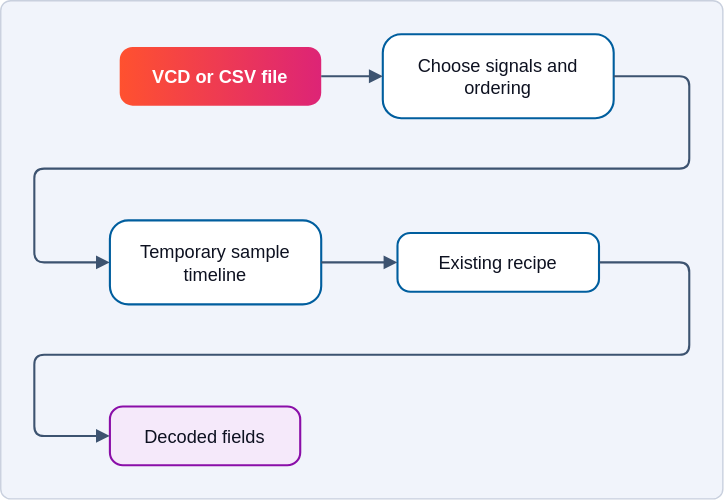
bleviet/ipcraft-vscode keeps this draw.io diagram as docs/images/diagrams/concepts-data-inspector-2.drawio.svg. Above is the earlier version. Source tidied: cells renumbered, new cells last; positions are measured from the earlier drawing's top-left corner, leaving out a move shared by most shapes. Source of this version:
```xml
<mxGraphModel>
  <root>
    <mxCell id="0" />
    <mxCell id="1" value="Background" parent="0" />
    <mxCell id="2" style="rounded=1;arcSize=2;absoluteArcSize=0;fillColor=#f1f4fb;strokeColor=#c9d0de;" parent="1" vertex="1">
      <mxGeometry width="516" height="356" as="geometry" />
    </mxCell>
    <mxCell id="3" value="Diagram" parent="0" />
    <mxCell id="4" value="VCD or CSV file" style="fontFamily=Manrope, Helvetica, Arial, sans-serif;fontSize=13;fontColor=#0d1120;strokeWidth=1.5;rounded=1;arcSize=22;fillColor=#ff512f;gradientColor=#dd2476;gradientDirection=east;strokeColor=none;fontColor=#ffffff;fontStyle=1;" parent="3" vertex="1">
      <mxGeometry x="85" y="33" width="144" height="42" as="geometry" />
    </mxCell>
    <mxCell id="5" value="Choose signals and&#10;ordering" style="fontFamily=Manrope, Helvetica, Arial, sans-serif;fontSize=13;fontColor=#0d1120;strokeWidth=1.5;rounded=1;arcSize=22;fillColor=#ffffff;strokeColor=#005e9e;" parent="3" vertex="1">
      <mxGeometry x="273" y="24" width="165" height="60" as="geometry" />
    </mxCell>
    <mxCell id="6" value="Temporary sample&#10;timeline" style="fontFamily=Manrope, Helvetica, Arial, sans-serif;fontSize=13;fontColor=#0d1120;strokeWidth=1.5;rounded=1;arcSize=22;fillColor=#ffffff;strokeColor=#005e9e;" parent="3" vertex="1">
      <mxGeometry x="78" y="157" width="151" height="60" as="geometry" />
    </mxCell>
    <mxCell id="7" value="Existing recipe" style="fontFamily=Manrope, Helvetica, Arial, sans-serif;fontSize=13;fontColor=#0d1120;strokeWidth=1.5;rounded=1;arcSize=22;fillColor=#ffffff;strokeColor=#005e9e;" parent="3" vertex="1">
      <mxGeometry x="283.5" y="166" width="144" height="42" as="geometry" />
    </mxCell>
    <mxCell id="8" value="Decoded fields" style="fontFamily=Manrope, Helvetica, Arial, sans-serif;fontSize=13;fontColor=#0d1120;strokeWidth=1.5;rounded=1;arcSize=22;fillColor=#f5e9fa;strokeColor=#8a0ea8;" parent="3" vertex="1">
      <mxGeometry x="78" y="290" width="136" height="42" as="geometry" />
    </mxCell>
    <mxCell id="9" style="edgeStyle=orthogonalEdgeStyle;rounded=1;arcSize=14;strokeColor=#3d5370;strokeWidth=1.5;endArrow=block;endFill=1;endSize=6;fontFamily=Manrope, Helvetica, Arial, sans-serif;fontSize=11;fontColor=#3d5370;labelBackgroundColor=#f1f4fb;exitX=1;exitY=0.5;exitDx=0;exitDy=0;entryX=0;entryY=0.5;entryDx=0;entryDy=0;" parent="3" edge="1" source="4" target="5">
      <mxGeometry relative="1" as="geometry" />
    </mxCell>
    <mxCell id="10" style="edgeStyle=orthogonalEdgeStyle;rounded=1;arcSize=14;strokeColor=#3d5370;strokeWidth=1.5;endArrow=block;endFill=1;endSize=6;fontFamily=Manrope, Helvetica, Arial, sans-serif;fontSize=11;fontColor=#3d5370;labelBackgroundColor=#f1f4fb;exitX=1;exitY=0.5;exitDx=0;exitDy=0;entryX=0;entryY=0.5;entryDx=0;entryDy=0;" parent="3" edge="1" source="5" target="6">
      <mxGeometry relative="1" as="geometry">
        <Array as="points">
          <mxPoint x="492" y="54" />
          <mxPoint x="492" y="120" />
          <mxPoint x="24" y="120" />
          <mxPoint x="24" y="187" />
        </Array>
      </mxGeometry>
    </mxCell>
    <mxCell id="11" style="edgeStyle=orthogonalEdgeStyle;rounded=1;arcSize=14;strokeColor=#3d5370;strokeWidth=1.5;endArrow=block;endFill=1;endSize=6;fontFamily=Manrope, Helvetica, Arial, sans-serif;fontSize=11;fontColor=#3d5370;labelBackgroundColor=#f1f4fb;exitX=1;exitY=0.5;exitDx=0;exitDy=0;entryX=0;entryY=0.5;entryDx=0;entryDy=0;" parent="3" edge="1" source="6" target="7">
      <mxGeometry relative="1" as="geometry" />
    </mxCell>
    <mxCell id="12" style="edgeStyle=orthogonalEdgeStyle;rounded=1;arcSize=14;strokeColor=#3d5370;strokeWidth=1.5;endArrow=block;endFill=1;endSize=6;fontFamily=Manrope, Helvetica, Arial, sans-serif;fontSize=11;fontColor=#3d5370;labelBackgroundColor=#f1f4fb;exitX=1;exitY=0.5;exitDx=0;exitDy=0;entryX=0;entryY=0.5;entryDx=0;entryDy=0;" parent="3" edge="1" source="7" target="8">
      <mxGeometry relative="1" as="geometry">
        <Array as="points">
          <mxPoint x="492" y="187" />
          <mxPoint x="492" y="253" />
          <mxPoint x="24" y="253" />
          <mxPoint x="24" y="311" />
        </Array>
      </mxGeometry>
    </mxCell>
  </root>
</mxGraphModel>
```
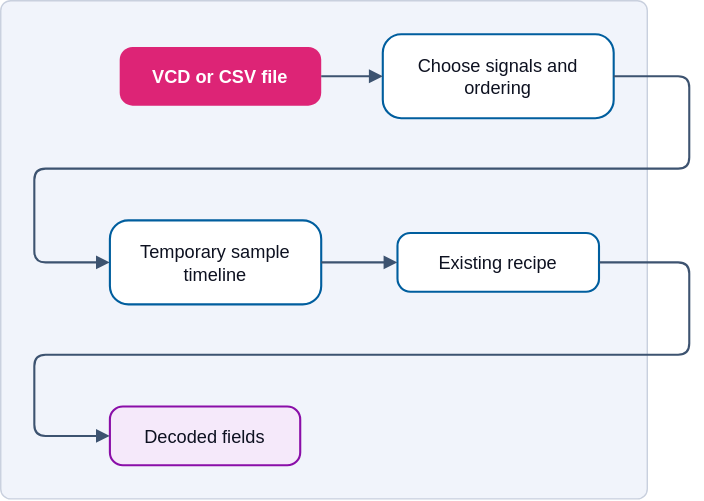
The same file after the commit.

What changed in the source:
```diff
@@ -3,10 +3,10 @@
     <mxCell id="0" />
     <mxCell id="1" value="Background" parent="0" />
     <mxCell id="2" style="rounded=1;arcSize=2;absoluteArcSize=0;fillColor=#f1f4fb;strokeColor=#c9d0de;" parent="1" vertex="1">
-      <mxGeometry width="516" height="356" as="geometry" />
+      <mxGeometry width="462" height="356" as="geometry" />
     </mxCell>
     <mxCell id="3" value="Diagram" parent="0" />
-    <mxCell id="4" value="VCD or CSV file" style="fontFamily=Manrope, Helvetica, Arial, sans-serif;fontSize=13;fontColor=#0d1120;strokeWidth=1.5;rounded=1;arcSize=22;fillColor=#ff512f;gradientColor=#dd2476;gradientDirection=east;strokeColor=none;fontColor=#ffffff;fontStyle=1;" parent="3" vertex="1">
+    <mxCell id="4" value="VCD or CSV file" style="fontFamily=Manrope, Helvetica, Arial, sans-serif;fontSize=13;fontColor=#0d1120;strokeWidth=1.5;rounded=1;arcSize=22;fillColor=#dd2476;strokeColor=none;fontColor=#ffffff;fontStyle=1;" parent="3" vertex="1">
       <mxGeometry x="85" y="33" width="144" height="42" as="geometry" />
     </mxCell>
     <mxCell id="5" value="Choose signals and&#10;ordering" style="fontFamily=Manrope, Helvetica, Arial, sans-serif;fontSize=13;fontColor=#0d1120;strokeWidth=1.5;rounded=1;arcSize=22;fillColor=#ffffff;strokeColor=#005e9e;" parent="3" vertex="1">
@@ -21,10 +21,10 @@
     <mxCell id="8" value="Decoded fields" style="fontFamily=Manrope, Helvetica, Arial, sans-serif;fontSize=13;fontColor=#0d1120;strokeWidth=1.5;rounded=1;arcSize=22;fillColor=#f5e9fa;strokeColor=#8a0ea8;" parent="3" vertex="1">
       <mxGeometry x="78" y="290" width="136" height="42" as="geometry" />
     </mxCell>
-    <mxCell id="9" style="edgeStyle=orthogonalEdgeStyle;rounded=1;arcSize=14;strokeColor=#3d5370;strokeWidth=1.5;endArrow=block;endFill=1;endSize=6;fontFamily=Manrope, Helvetica, Arial, sans-serif;fontSize=11;fontColor=#3d5370;labelBackgroundColor=#f1f4fb;exitX=1;exitY=0.5;exitDx=0;exitDy=0;entryX=0;entryY=0.5;entryDx=0;entryDy=0;" parent="3" edge="1" source="4" target="5">
+    <mxCell id="9" style="edgeStyle=orthogonalEdgeStyle;rounded=1;arcSize=16;html=0;strokeColor=#3d5370;strokeWidth=1.5;endArrow=block;endFill=1;endSize=6;fontFamily=Manrope, Helvetica, Arial, sans-serif;fontSize=11;fontColor=#3d5370;labelBackgroundColor=#f1f4fb;exitX=1;exitY=0.5;exitDx=0;exitDy=0;entryX=0;entryY=0.5;entryDx=0;entryDy=0;" parent="3" edge="1" source="4" target="5">
       <mxGeometry relative="1" as="geometry" />
     </mxCell>
-    <mxCell id="10" style="edgeStyle=orthogonalEdgeStyle;rounded=1;arcSize=14;strokeColor=#3d5370;strokeWidth=1.5;endArrow=block;endFill=1;endSize=6;fontFamily=Manrope, Helvetica, Arial, sans-serif;fontSize=11;fontColor=#3d5370;labelBackgroundColor=#f1f4fb;exitX=1;exitY=0.5;exitDx=0;exitDy=0;entryX=0;entryY=0.5;entryDx=0;entryDy=0;" parent="3" edge="1" source="5" target="6">
+    <mxCell id="10" style="edgeStyle=orthogonalEdgeStyle;rounded=1;arcSize=16;html=0;strokeColor=#3d5370;strokeWidth=1.5;endArrow=block;endFill=1;endSize=6;fontFamily=Manrope, Helvetica, Arial, sans-serif;fontSize=11;fontColor=#3d5370;labelBackgroundColor=#f1f4fb;exitX=1;exitY=0.5;exitDx=0;exitDy=0;entryX=0;entryY=0.5;entryDx=0;entryDy=0;" parent="3" edge="1" source="5" target="6">
       <mxGeometry relative="1" as="geometry">
         <Array as="points">
           <mxPoint x="492" y="54" />
@@ -34,10 +34,10 @@
         </Array>
       </mxGeometry>
     </mxCell>
-    <mxCell id="11" style="edgeStyle=orthogonalEdgeStyle;rounded=1;arcSize=14;strokeColor=#3d5370;strokeWidth=1.5;endArrow=block;endFill=1;endSize=6;fontFamily=Manrope, Helvetica, Arial, sans-serif;fontSize=11;fontColor=#3d5370;labelBackgroundColor=#f1f4fb;exitX=1;exitY=0.5;exitDx=0;exitDy=0;entryX=0;entryY=0.5;entryDx=0;entryDy=0;" parent="3" edge="1" source="6" target="7">
+    <mxCell id="11" style="edgeStyle=orthogonalEdgeStyle;rounded=1;arcSize=16;html=0;strokeColor=#3d5370;strokeWidth=1.5;endArrow=block;endFill=1;endSize=6;fontFamily=Manrope, Helvetica, Arial, sans-serif;fontSize=11;fontColor=#3d5370;labelBackgroundColor=#f1f4fb;exitX=1;exitY=0.5;exitDx=0;exitDy=0;entryX=0;entryY=0.5;entryDx=0;entryDy=0;" parent="3" edge="1" source="6" target="7">
       <mxGeometry relative="1" as="geometry" />
     </mxCell>
-    <mxCell id="12" style="edgeStyle=orthogonalEdgeStyle;rounded=1;arcSize=14;strokeColor=#3d5370;strokeWidth=1.5;endArrow=block;endFill=1;endSize=6;fontFamily=Manrope, Helvetica, Arial, sans-serif;fontSize=11;fontColor=#3d5370;labelBackgroundColor=#f1f4fb;exitX=1;exitY=0.5;exitDx=0;exitDy=0;entryX=0;entryY=0.5;entryDx=0;entryDy=0;" parent="3" edge="1" source="7" target="8">
+    <mxCell id="12" style="edgeStyle=orthogonalEdgeStyle;rounded=1;arcSize=16;html=0;strokeColor=#3d5370;strokeWidth=1.5;endArrow=block;endFill=1;endSize=6;fontFamily=Manrope, Helvetica, Arial, sans-serif;fontSize=11;fontColor=#3d5370;labelBackgroundColor=#f1f4fb;exitX=1;exitY=0.5;exitDx=0;exitDy=0;entryX=0;entryY=0.5;entryDx=0;entryDy=0;" parent="3" edge="1" source="7" target="8">
       <mxGeometry relative="1" as="geometry">
         <Array as="points">
           <mxPoint x="492" y="187" />
```
